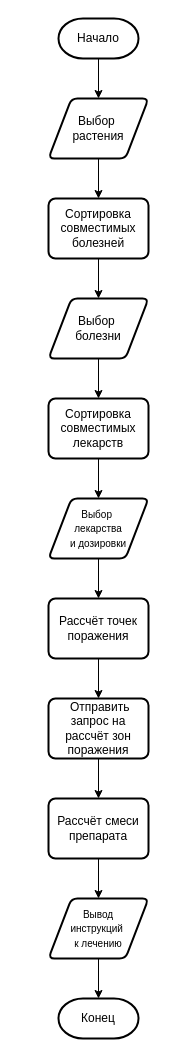
The draw.io diagram coursework/diagrams/Процесс рассчёта лечения растения.drawio in ThomasCharester/KursuchShop, before the edit. Source tidied: cells renumbered, new cells numbered last; positions are measured from the earlier drawing's top-left corner, leaving out a move shared by most shapes. Both pictures are drawn from the tidied source at 100%, with x=0, y=0 at pixel (48, 18).
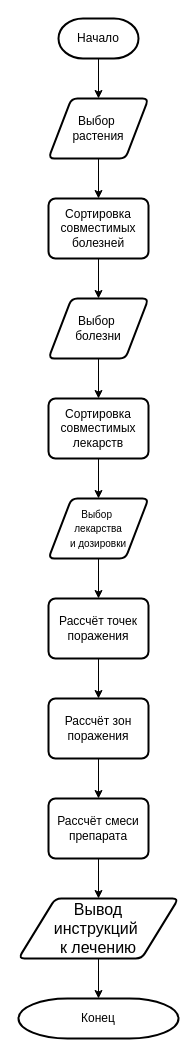
Above is the later version.

Diff of the diagram source:
```diff
@@
     <mxCell id="4" value="Конец" style="strokeWidth=2;html=1;shape=mxgraph.flowchart.terminator;whiteSpace=wrap;" parent="1" vertex="1">
-      <mxGeometry x="10" y="980" width="80" height="40" as="geometry" />
+      <mxGeometry x="-30" y="980" width="160" height="40" as="geometry" />
     </mxCell>
@@
-    <mxCell id="18" value="&amp;nbsp;Отправить запрос на рассчёт зон поражения" style="rounded=1;whiteSpace=wrap;html=1;absoluteArcSize=1;arcSize=14;strokeWidth=2;" parent="1" vertex="1">
+    <mxCell id="18" value="Рассчёт зон поражения" style="rounded=1;whiteSpace=wrap;html=1;absoluteArcSize=1;arcSize=14;strokeWidth=2;" parent="1" vertex="1">
       <mxGeometry y="680" width="100" height="60" as="geometry" />
     </mxCell>
@@
-    <mxCell id="22" value="&lt;span style=&quot;font-size: 10px;&quot;&gt;Вывод&lt;/span&gt;&lt;div&gt;&lt;span style=&quot;font-size: 10px;&quot;&gt;инструкций&amp;nbsp;&lt;/span&gt;&lt;/div&gt;&lt;div&gt;&lt;span style=&quot;font-size: 10px;&quot;&gt;к лечению&lt;/span&gt;&lt;/div&gt;" style="shape=parallelogram;html=1;strokeWidth=2;perimeter=parallelogramPerimeter;whiteSpace=wrap;rounded=1;arcSize=12;size=0.23;" parent="1" vertex="1">
-      <mxGeometry y="880" width="100" height="60" as="geometry" />
+    <mxCell id="22" value="&lt;font style=&quot;font-size: 16px;&quot;&gt;Вывод&lt;/font&gt;&lt;div&gt;&lt;font style=&quot;font-size: 16px;&quot;&gt;инструкций&amp;nbsp;&lt;/font&gt;&lt;/div&gt;&lt;div&gt;&lt;font style=&quot;font-size: 16px;&quot;&gt;к лечению&lt;/font&gt;&lt;/div&gt;" style="shape=parallelogram;html=1;strokeWidth=2;perimeter=parallelogramPerimeter;whiteSpace=wrap;rounded=1;arcSize=12;size=0.23;" parent="1" vertex="1">
+      <mxGeometry x="-30" y="880" width="160" height="60" as="geometry" />
     </mxCell>
```
